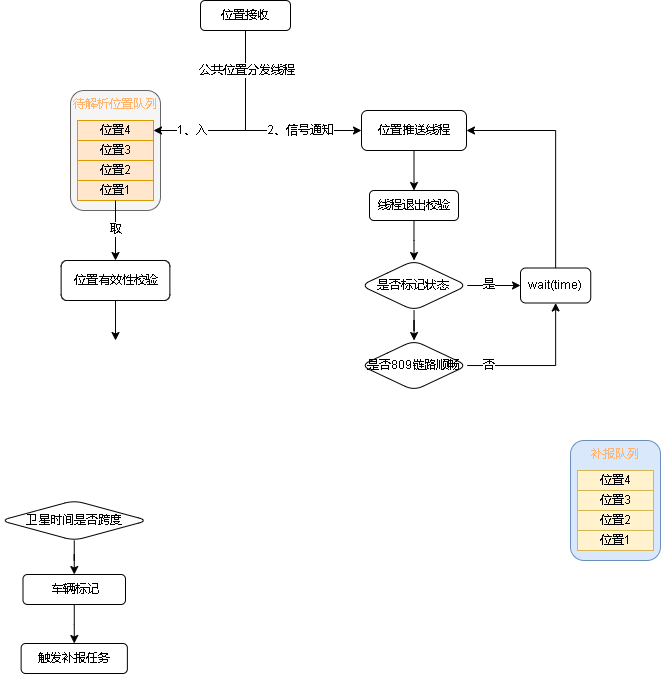
xktder/draw keeps this draw.io diagram as 809数据跨度.drawio.png. Above is the earlier version. Source tidied: cells renumbered, new cells last; positions are measured from the earlier drawing's top-left corner, leaving out a move shared by most shapes.
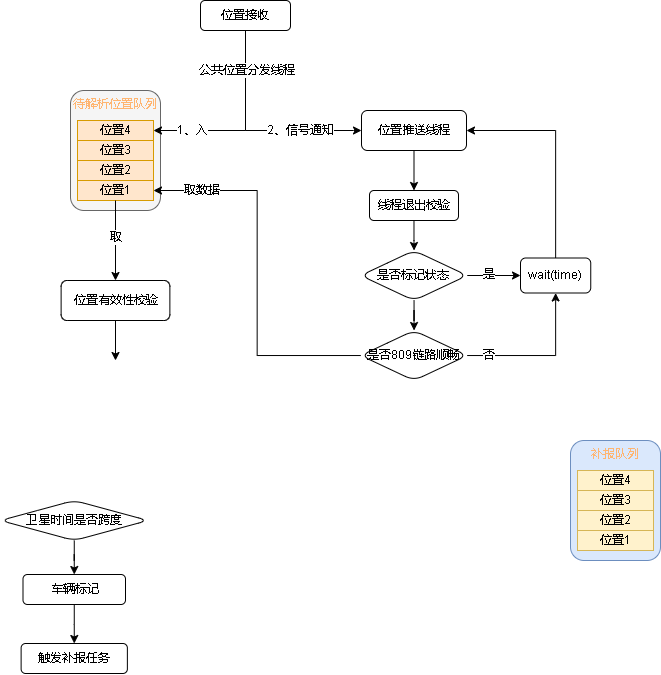
The same file after the commit.

Commit message:
更新809数据跨度.drawio.png

What changed in the source:
```diff
@@ -92,11 +92,11 @@
     </mxCell>
     <mxCell id="27" style="edgeStyle=orthogonalEdgeStyle;rounded=0;jettySize=auto;html=1;fontColor=#000000;" parent="1" edge="1" source="28">
       <mxGeometry relative="1" as="geometry">
-        <mxPoint x="115" y="340" as="targetPoint" />
+        <mxPoint x="115" y="360" as="targetPoint" />
       </mxGeometry>
     </mxCell>
     <mxCell id="28" value="位置有效性校验" style="rounded=1;whiteSpace=wrap;html=1;fontFamily=Helvetica;fontSize=12;fontColor=default;align=center;strokeColor=default;fillColor=default;" parent="1" vertex="1">
-      <mxGeometry x="60.6" y="260" width="108.8" height="40" as="geometry" />
+      <mxGeometry x="60.6" y="280" width="108.8" height="40" as="geometry" />
     </mxCell>
     <mxCell id="29" style="edgeStyle=orthogonalEdgeStyle;rounded=0;jettySize=auto;html=1;entryX=0.5;entryY=0;entryDx=0;entryDy=0;fontColor=#000000;" parent="1" edge="1" source="30" target="38">
       <mxGeometry relative="1" as="geometry" />
@@ -114,7 +114,7 @@
       <mxGeometry relative="1" as="geometry" />
     </mxCell>
     <mxCell id="34" value="是否标记状态" style="rhombus;whiteSpace=wrap;html=1;fontColor=#000000;rounded=1;" parent="1" vertex="1">
-      <mxGeometry x="360.2" y="260" width="106.5" height="50" as="geometry" />
+      <mxGeometry x="360.2" y="250" width="106.5" height="50" as="geometry" />
     </mxCell>
     <mxCell id="35" style="edgeStyle=orthogonalEdgeStyle;rounded=0;jettySize=auto;html=1;entryX=1;entryY=0.5;entryDx=0;entryDy=0;fontColor=#000000;" parent="1" edge="1" source="36" target="30">
       <mxGeometry relative="1" as="geometry">
@@ -124,7 +124,7 @@
       </mxGeometry>
     </mxCell>
     <mxCell id="36" value="wait(time)" style="whiteSpace=wrap;html=1;fontColor=#000000;rounded=1;" parent="1" vertex="1">
-      <mxGeometry x="520" y="267.5" width="70.2" height="35" as="geometry" />
+      <mxGeometry x="520" y="257.5" width="70.2" height="35" as="geometry" />
     </mxCell>
     <mxCell id="37" style="edgeStyle=orthogonalEdgeStyle;rounded=0;jettySize=auto;html=1;fontColor=#000000;" parent="1" edge="1" source="38" target="34">
       <mxGeometry relative="1" as="geometry" />
@@ -140,8 +140,16 @@
         <mxPoint x="4" y="-3" as="offset" />
       </mxGeometry>
     </mxCell>
+    <mxCell id="42" style="edgeStyle=orthogonalEdgeStyle;rounded=0;jettySize=auto;html=1;entryX=1;entryY=0.5;entryDx=0;entryDy=0;fontColor=#000000;" parent="1" edge="1" source="41" target="15">
+      <mxGeometry relative="1" as="geometry" />
+    </mxCell>
+    <mxCell id="43" value="取数据" style="edgeLabel;html=1;align=center;verticalAlign=middle;fontColor=#000000;" parent="42" vertex="1">
+      <mxGeometry x="0.65" y="-1" relative="1" as="geometry">
+        <mxPoint x="-18" y="1" as="offset" />
+      </mxGeometry>
+    </mxCell>
     <mxCell id="41" value="是否809链路顺畅" style="rhombus;whiteSpace=wrap;html=1;fontColor=#000000;rounded=1;" parent="1" vertex="1">
-      <mxGeometry x="360.2" y="340" width="106.5" height="50" as="geometry" />
+      <mxGeometry x="360.2" y="330" width="106.5" height="50" as="geometry" />
     </mxCell>
   </root>
 </mxGraphModel>
```
